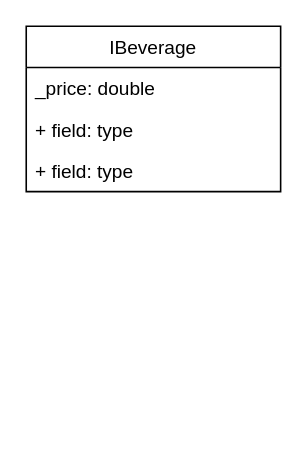
Above: BigBucksCoffee_ClassDiagram.drawio in Nick-vr/BigBucksCoffee (draw.io), before the change. Source tidied: cells renumbered, new cells numbered last; positions are measured from the earlier drawing's top-left corner, leaving out a move shared by most shapes. Both pictures are drawn from the tidied source at 159%, with x=0, y=0 at pixel (25, 25).
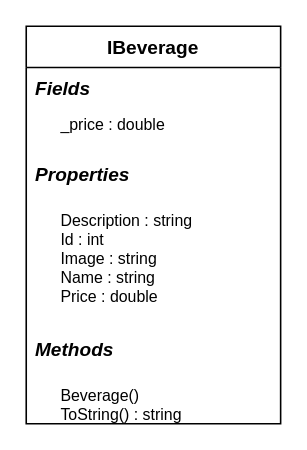
After the change.

Change to the diagram source:
```diff
@@
 <mxGraphModel>
   <root>
     <mxCell id="0" />
     <mxCell id="1" parent="0" />
-    <mxCell id="2" value="IBeverage" style="swimlane;fontStyle=0;horizontal=1;startSize=26;fillColor=none;" parent="1" vertex="1">
-      <mxGeometry width="160" height="104" as="geometry" />
+    <mxCell id="2" value="IBeverage" style="swimlane;fontStyle=1;horizontal=1;startSize=26;fillColor=none;" parent="1" vertex="1">
+      <mxGeometry width="160" height="250" as="geometry" />
     </mxCell>
-    <mxCell id="3" value="_price: double" style="text;strokeColor=none;fillColor=none;align=left;verticalAlign=top;spacingLeft=4;spacingRight=4;overflow=hidden;" parent="2" vertex="1">
-      <mxGeometry y="26" width="160" height="26" as="geometry" />
+    <mxCell id="3" value="Fields&#10;" style="text;strokeColor=none;fillColor=none;align=left;verticalAlign=top;spacingLeft=4;spacingRight=4;overflow=hidden;fontStyle=3;" parent="2" vertex="1">
+      <mxGeometry y="26" width="160" height="24" as="geometry" />
     </mxCell>
-    <mxCell id="4" value="+ field: type" style="text;strokeColor=none;fillColor=none;align=left;verticalAlign=top;spacingLeft=4;spacingRight=4;overflow=hidden;" parent="2" vertex="1">
-      <mxGeometry y="52" width="160" height="26" as="geometry" />
+    <mxCell id="4" value="_price : double" style="text;strokeColor=none;fillColor=none;align=left;verticalAlign=top;spacingLeft=20;spacingRight=4;overflow=hidden;fontSize=10;" parent="2" vertex="1">
+      <mxGeometry y="50" width="160" height="30" as="geometry" />
     </mxCell>
+    <mxCell id="6" value="Properties&#10;" style="text;strokeColor=none;fillColor=none;align=left;verticalAlign=top;spacingLeft=4;spacingRight=4;overflow=hidden;fontStyle=3;" parent="2" vertex="1">
+      <mxGeometry y="80" width="160" height="30" as="geometry" />
+    </mxCell>
+    <mxCell id="7" value="Description : string&#10;Id : int&#10;Image : string&#10;Name : string&#10;Price : double" style="text;strokeColor=none;fillColor=none;align=left;verticalAlign=top;spacingLeft=20;spacingRight=4;overflow=hidden;fontSize=10;" parent="2" vertex="1">
+      <mxGeometry y="110" width="160" height="80" as="geometry" />
+    </mxCell>
-    <mxCell id="5" value="+ field: type" style="text;strokeColor=none;fillColor=none;align=left;verticalAlign=top;spacingLeft=4;spacingRight=4;overflow=hidden;" parent="2" vertex="1">
-      <mxGeometry y="78" width="160" height="26" as="geometry" />
+    <mxCell id="5" value="Methods&#10;" style="text;strokeColor=none;fillColor=none;align=left;verticalAlign=top;spacingLeft=4;spacingRight=4;overflow=hidden;fontStyle=3;" parent="2" vertex="1">
+      <mxGeometry y="190" width="160" height="30" as="geometry" />
     </mxCell>
+    <mxCell id="8" value="Beverage()&#10;ToString() : string" style="text;strokeColor=none;fillColor=none;align=left;verticalAlign=top;spacingLeft=20;spacingRight=4;overflow=hidden;fontSize=10;" parent="2" vertex="1">
+      <mxGeometry y="220" width="160" height="30" as="geometry" />
+    </mxCell>
   </root>
 </mxGraphModel>
```
